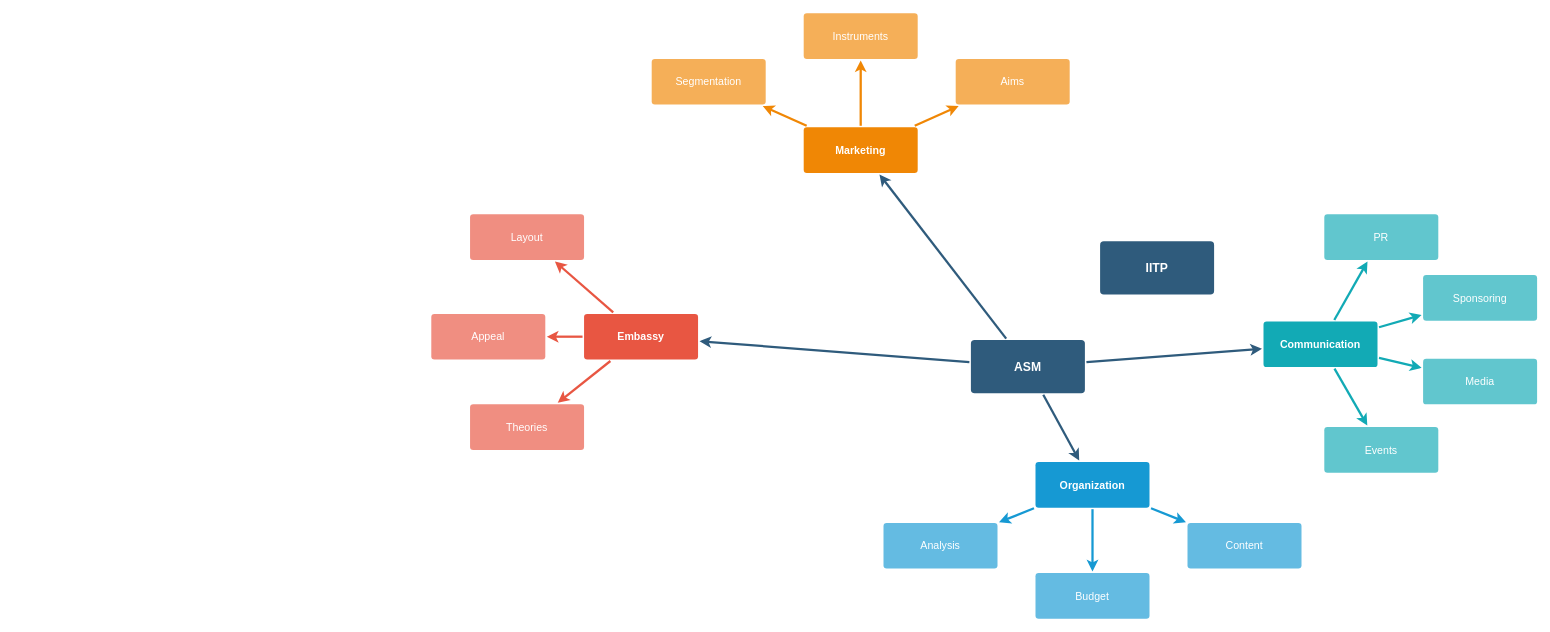
The draw.io diagram mind_map.drawio in jjunbass89/Paper, before the edit. Source tidied: cells renumbered, new cells numbered last; positions are measured from the earlier drawing's top-left corner, leaving out a move shared by most shapes. Both pictures are drawn from the tidied source at 76%, with x=0, y=0 at pixel (431, 13).
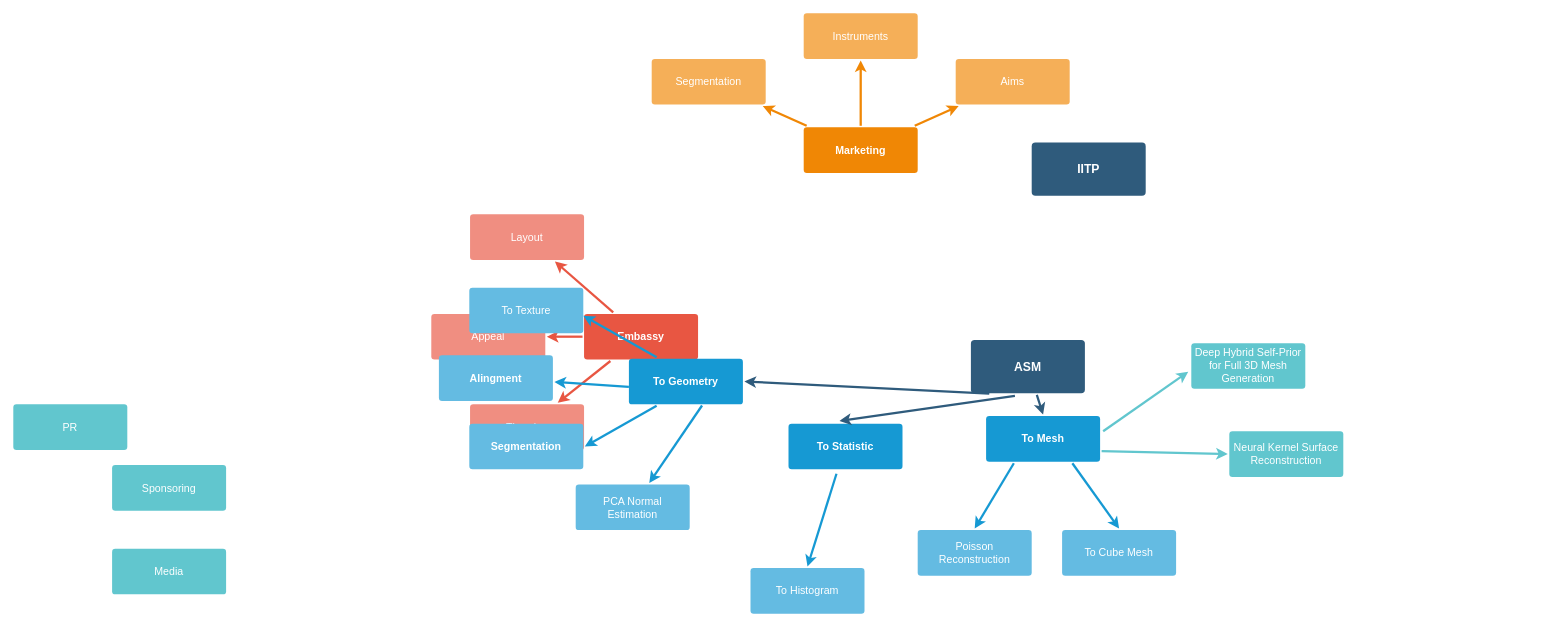
After the change.

The change refers to these unchanged cells:
```xml
<mxCell id="6" value="ASM" style="rounded=1;whiteSpace=wrap;html=1;shadow=0;labelBackgroundColor=none;strokeColor=none;strokeWidth=3;fillColor=#2F5B7C;fontFamily=Helvetica;fontSize=16;fontColor=#FFFFFF;align=center;fontStyle=1;spacing=5;arcSize=7;perimeterSpacing=2;" parent="1" vertex="1">
  <mxGeometry x="710" y="430" width="150" height="70" as="geometry" />
</mxCell>
<mxCell id="10" value="Embassy" style="rounded=1;whiteSpace=wrap;html=1;shadow=0;labelBackgroundColor=none;strokeColor=none;strokeWidth=3;fillColor=#e85642;fontFamily=Helvetica;fontSize=14;fontColor=#FFFFFF;align=center;spacing=5;fontStyle=1;arcSize=7;perimeterSpacing=2;" parent="1" vertex="1">
  <mxGeometry x="201" y="395.5" width="150" height="60" as="geometry" />
</mxCell>
<mxCell id="21" value="Marketing" style="rounded=1;whiteSpace=wrap;html=1;shadow=0;labelBackgroundColor=none;strokeColor=none;strokeWidth=3;fillColor=#F08705;fontFamily=Helvetica;fontSize=14;fontColor=#FFFFFF;align=center;spacing=5;fontStyle=1;arcSize=7;perimeterSpacing=2;" parent="1" vertex="1">
  <mxGeometry x="490" y="150" width="150" height="60" as="geometry" />
</mxCell>
```

The edit, as a diff of the source:
```diff
@@
-    <mxCell id="2" style="edgeStyle=none;rounded=0;jumpStyle=none;html=1;shadow=0;labelBackgroundColor=none;startArrow=none;startFill=0;endArrow=classic;endFill=1;jettySize=auto;strokeColor=#2F5B7C;strokeWidth=3;fontFamily=Helvetica;fontSize=16;fontColor=#23445D;spacing=5;" parent="1" edge="1" source="6" target="21">
-      <mxGeometry relative="1" as="geometry" />
-    </mxCell>
-    <mxCell id="3" style="edgeStyle=none;rounded=0;jumpStyle=none;html=1;shadow=0;labelBackgroundColor=none;startArrow=none;startFill=0;endArrow=classic;endFill=1;jettySize=auto;strokeColor=#2F5B7C;strokeWidth=3;fontFamily=Helvetica;fontSize=16;fontColor=#23445D;spacing=5;" parent="1" edge="1" source="6" target="28">
-      <mxGeometry relative="1" as="geometry" />
-    </mxCell>
-    <mxCell id="4" style="edgeStyle=none;rounded=0;jumpStyle=none;html=1;shadow=0;labelBackgroundColor=none;startArrow=none;startFill=0;endArrow=classic;endFill=1;jettySize=auto;strokeColor=#2F5B7C;strokeWidth=3;fontFamily=Helvetica;fontSize=16;fontColor=#23445D;spacing=5;" parent="1" edge="1" source="6" target="17">
+    <mxCell id="4" style="edgeStyle=none;rounded=0;jumpStyle=none;html=1;shadow=0;labelBackgroundColor=none;startArrow=none;startFill=0;endArrow=classic;endFill=1;jettySize=auto;strokeColor=#2F5B7C;strokeWidth=3;fontFamily=Helvetica;fontSize=16;fontColor=#23445D;spacing=5;entryX=0.5;entryY=0;entryDx=0;entryDy=0;" parent="1" edge="1" source="6" target="17">
       <mxGeometry relative="1" as="geometry" />
     </mxCell>
-    <mxCell id="5" style="edgeStyle=none;rounded=0;jumpStyle=none;html=1;shadow=0;labelBackgroundColor=none;startArrow=none;startFill=0;endArrow=classic;endFill=1;jettySize=auto;strokeColor=#2F5B7C;strokeWidth=3;fontFamily=Helvetica;fontSize=16;fontColor=#23445D;spacing=5;" parent="1" edge="1" source="6" target="10">
-      <mxGeometry relative="1" as="geometry" />
-    </mxCell>
@@
-    <mxCell id="14" style="edgeStyle=none;rounded=0;jumpStyle=none;html=1;shadow=0;labelBackgroundColor=none;startArrow=none;startFill=0;endArrow=classic;endFill=1;jettySize=auto;strokeColor=#1699D3;strokeWidth=3;fontFamily=Helvetica;fontSize=14;fontColor=#FFFFFF;spacing=5;" parent="1" edge="1" source="17" target="20">
-      <mxGeometry relative="1" as="geometry" />
-    </mxCell>
-    <mxCell id="15" style="edgeStyle=none;rounded=0;jumpStyle=none;html=1;shadow=0;labelBackgroundColor=none;startArrow=none;startFill=0;endArrow=classic;endFill=1;jettySize=auto;strokeColor=#1699D3;strokeWidth=3;fontFamily=Helvetica;fontSize=14;fontColor=#FFFFFF;spacing=5;" parent="1" edge="1" source="17" target="19">
+    <mxCell id="15" style="edgeStyle=none;rounded=0;jumpStyle=none;html=1;shadow=0;labelBackgroundColor=none;startArrow=none;startFill=0;endArrow=classic;endFill=1;jettySize=auto;strokeColor=#1699D3;strokeWidth=3;fontFamily=Helvetica;fontSize=14;fontColor=#FFFFFF;spacing=5;entryX=0.5;entryY=0;entryDx=0;entryDy=0;exitX=0.423;exitY=1.06;exitDx=0;exitDy=0;exitPerimeter=0;" parent="1" edge="1" source="46" target="19">
       <mxGeometry relative="1" as="geometry" />
     </mxCell>
-    <mxCell id="16" style="edgeStyle=none;rounded=0;jumpStyle=none;html=1;shadow=0;labelBackgroundColor=none;startArrow=none;startFill=0;endArrow=classic;endFill=1;jettySize=auto;strokeColor=#1699D3;strokeWidth=3;fontFamily=Helvetica;fontSize=14;fontColor=#FFFFFF;spacing=5;" parent="1" edge="1" source="17" target="18">
-      <mxGeometry relative="1" as="geometry" />
-    </mxCell>
-    <mxCell id="17" value="Organization" style="rounded=1;whiteSpace=wrap;html=1;shadow=0;labelBackgroundColor=none;strokeColor=none;strokeWidth=3;fillColor=#1699d3;fontFamily=Helvetica;fontSize=14;fontColor=#FFFFFF;align=center;spacing=5;fontStyle=1;arcSize=7;perimeterSpacing=2;" parent="1" vertex="1">
-      <mxGeometry x="795" y="590.5" width="150" height="60" as="geometry" />
+    <mxCell id="17" value="To Mesh" style="rounded=1;whiteSpace=wrap;html=1;shadow=0;labelBackgroundColor=none;strokeColor=none;strokeWidth=3;fillColor=#1699d3;fontFamily=Helvetica;fontSize=14;fontColor=#FFFFFF;align=center;spacing=5;fontStyle=1;arcSize=7;perimeterSpacing=2;" parent="1" vertex="1">
+      <mxGeometry x="730" y="530" width="150" height="60" as="geometry" />
     </mxCell>
-    <mxCell id="18" value="Content" style="rounded=1;whiteSpace=wrap;html=1;shadow=0;labelBackgroundColor=none;strokeColor=none;strokeWidth=3;fillColor=#64bbe2;fontFamily=Helvetica;fontSize=14;fontColor=#FFFFFF;align=center;spacing=5;arcSize=7;perimeterSpacing=2;" parent="1" vertex="1">
-      <mxGeometry x="995" y="670.5" width="150" height="60" as="geometry" />
-    </mxCell>
-    <mxCell id="19" value="Budget" style="rounded=1;whiteSpace=wrap;html=1;shadow=0;labelBackgroundColor=none;strokeColor=none;strokeWidth=3;fillColor=#64bbe2;fontFamily=Helvetica;fontSize=14;fontColor=#FFFFFF;align=center;spacing=5;arcSize=7;perimeterSpacing=2;" parent="1" vertex="1">
-      <mxGeometry x="795" y="736.5" width="150" height="60" as="geometry" />
+    <mxCell id="19" value="To Histogram" style="rounded=1;whiteSpace=wrap;html=1;shadow=0;labelBackgroundColor=none;strokeColor=none;strokeWidth=3;fillColor=#64bbe2;fontFamily=Helvetica;fontSize=14;fontColor=#FFFFFF;align=center;spacing=5;arcSize=7;perimeterSpacing=2;" parent="1" vertex="1">
+      <mxGeometry x="420" y="730" width="150" height="60" as="geometry" />
     </mxCell>
-    <mxCell id="20" value="Analysis" style="rounded=1;whiteSpace=wrap;html=1;shadow=0;labelBackgroundColor=none;strokeColor=none;strokeWidth=3;fillColor=#64bbe2;fontFamily=Helvetica;fontSize=14;fontColor=#FFFFFF;align=center;spacing=5;arcSize=7;perimeterSpacing=2;" parent="1" vertex="1">
-      <mxGeometry x="595" y="670.5" width="150" height="60" as="geometry" />
-    </mxCell>
@@
-    <mxCell id="28" value="Communication" style="rounded=1;whiteSpace=wrap;html=1;shadow=0;labelBackgroundColor=none;strokeColor=none;strokeWidth=3;fillColor=#12aab5;fontFamily=Helvetica;fontSize=14;fontColor=#FFFFFF;align=center;spacing=5;fontStyle=1;arcSize=7;perimeterSpacing=2;" parent="1" vertex="1">
-      <mxGeometry x="1095" y="405.5" width="150" height="60" as="geometry" />
-    </mxCell>
-    <mxCell id="29" value="Events" style="rounded=1;whiteSpace=wrap;html=1;shadow=0;labelBackgroundColor=none;strokeColor=none;strokeWidth=3;fillColor=#61c6ce;fontFamily=Helvetica;fontSize=14;fontColor=#FFFFFF;align=center;spacing=5;fontStyle=0;arcSize=7;perimeterSpacing=2;" parent="1" vertex="1">
-      <mxGeometry x="1175" y="544.5" width="150" height="60" as="geometry" />
+    <mxCell id="29" value="Deep Hybrid Self-Prior for Full 3D Mesh Generation" style="rounded=1;whiteSpace=wrap;html=1;shadow=0;labelBackgroundColor=none;strokeColor=none;strokeWidth=3;fillColor=#61c6ce;fontFamily=Helvetica;fontSize=14;fontColor=#FFFFFF;align=center;spacing=5;fontStyle=0;arcSize=7;perimeterSpacing=2;" parent="1" vertex="1">
+      <mxGeometry x="1000" y="434" width="150" height="60" as="geometry" />
     </mxCell>
-    <mxCell id="30" style="edgeStyle=none;rounded=1;jumpStyle=none;html=1;shadow=0;labelBackgroundColor=none;startArrow=none;startFill=0;jettySize=auto;strokeColor=#12AAB5;strokeWidth=3;fontFamily=Helvetica;fontSize=14;fontColor=#FFFFFF;spacing=5;fontStyle=1;fillColor=#b0e3e6;" parent="1" edge="1" source="28" target="29">
-      <mxGeometry relative="1" as="geometry" />
-    </mxCell>
     <mxCell id="31" value="Media" style="rounded=1;whiteSpace=wrap;html=1;shadow=0;labelBackgroundColor=none;strokeColor=none;strokeWidth=3;fillColor=#61c6ce;fontFamily=Helvetica;fontSize=14;fontColor=#FFFFFF;align=center;spacing=5;fontStyle=0;arcSize=7;perimeterSpacing=2;" parent="1" vertex="1">
-      <mxGeometry x="1305" y="454.5" width="150" height="60" as="geometry" />
+      <mxGeometry x="-420" y="704.5" width="150" height="60" as="geometry" />
     </mxCell>
-    <mxCell id="32" style="edgeStyle=none;rounded=1;jumpStyle=none;html=1;shadow=0;labelBackgroundColor=none;startArrow=none;startFill=0;jettySize=auto;strokeColor=#12AAB5;strokeWidth=3;fontFamily=Helvetica;fontSize=14;fontColor=#FFFFFF;spacing=5;fontStyle=1;fillColor=#b0e3e6;" parent="1" edge="1" source="28" target="31">
-      <mxGeometry relative="1" as="geometry" />
-    </mxCell>
     <mxCell id="33" value="Sponsoring" style="rounded=1;whiteSpace=wrap;html=1;shadow=0;labelBackgroundColor=none;strokeColor=none;strokeWidth=3;fillColor=#61c6ce;fontFamily=Helvetica;fontSize=14;fontColor=#FFFFFF;align=center;spacing=5;fontStyle=0;arcSize=7;perimeterSpacing=2;" parent="1" vertex="1">
-      <mxGeometry x="1305" y="344.5" width="150" height="60" as="geometry" />
+      <mxGeometry x="-420" y="594.5" width="150" height="60" as="geometry" />
     </mxCell>
-    <mxCell id="34" style="edgeStyle=none;rounded=1;jumpStyle=none;html=1;shadow=0;labelBackgroundColor=none;startArrow=none;startFill=0;jettySize=auto;strokeColor=#12AAB5;strokeWidth=3;fontFamily=Helvetica;fontSize=14;fontColor=#FFFFFF;spacing=5;fontStyle=1;fillColor=#b0e3e6;" parent="1" edge="1" source="28" target="33">
-      <mxGeometry relative="1" as="geometry" />
-    </mxCell>
     <mxCell id="35" value="PR" style="rounded=1;whiteSpace=wrap;html=1;shadow=0;labelBackgroundColor=none;strokeColor=none;strokeWidth=3;fillColor=#61c6ce;fontFamily=Helvetica;fontSize=14;fontColor=#FFFFFF;align=center;spacing=5;fontStyle=0;arcSize=7;perimeterSpacing=2;" parent="1" vertex="1">
-      <mxGeometry x="1175" y="264.5" width="150" height="60" as="geometry" />
+      <mxGeometry x="-550" y="514.5" width="150" height="60" as="geometry" />
     </mxCell>
-    <mxCell id="36" style="edgeStyle=none;rounded=1;jumpStyle=none;html=1;shadow=0;labelBackgroundColor=none;startArrow=none;startFill=0;jettySize=auto;strokeColor=#12AAB5;strokeWidth=3;fontFamily=Helvetica;fontSize=14;fontColor=#FFFFFF;spacing=5;fontStyle=1;fillColor=#b0e3e6;" parent="1" edge="1" source="28" target="35">
-      <mxGeometry relative="1" as="geometry" />
-    </mxCell>
     <mxCell id="37" value="IITP" style="rounded=1;whiteSpace=wrap;html=1;shadow=0;labelBackgroundColor=none;strokeColor=none;strokeWidth=3;fillColor=#2F5B7C;fontFamily=Helvetica;fontSize=16;fontColor=#FFFFFF;align=center;fontStyle=1;spacing=5;arcSize=7;perimeterSpacing=2;" parent="1" vertex="1">
-      <mxGeometry x="880" y="300" width="150" height="70" as="geometry" />
+      <mxGeometry x="790" y="170" width="150" height="70" as="geometry" />
     </mxCell>
+    <mxCell id="38" style="edgeStyle=none;rounded=0;jumpStyle=none;html=1;shadow=0;labelBackgroundColor=none;startArrow=none;startFill=0;endArrow=classic;endFill=1;jettySize=auto;strokeColor=#1699D3;strokeWidth=3;fontFamily=Helvetica;fontSize=14;fontColor=#FFFFFF;spacing=5;exitX=0.638;exitY=0.993;exitDx=0;exitDy=0;exitPerimeter=0;" parent="1" edge="1" source="42" target="39">
+      <mxGeometry relative="1" as="geometry" />
+    </mxCell>
+    <mxCell id="39" value="PCA Normal Estimation" style="rounded=1;whiteSpace=wrap;html=1;shadow=0;labelBackgroundColor=none;strokeColor=none;strokeWidth=3;fillColor=#64bbe2;fontFamily=Helvetica;fontSize=14;fontColor=#FFFFFF;align=center;spacing=5;arcSize=7;perimeterSpacing=2;" parent="1" vertex="1">
+      <mxGeometry x="190" y="620" width="150" height="60" as="geometry" />
+    </mxCell>
+    <mxCell id="40" value="To Cube Mesh" style="rounded=1;whiteSpace=wrap;html=1;shadow=0;labelBackgroundColor=none;strokeColor=none;strokeWidth=3;fillColor=#64bbe2;fontFamily=Helvetica;fontSize=14;fontColor=#FFFFFF;align=center;spacing=5;arcSize=7;perimeterSpacing=2;" parent="1" vertex="1">
+      <mxGeometry x="830" y="680" width="150" height="60" as="geometry" />
+    </mxCell>
+    <mxCell id="41" style="edgeStyle=none;rounded=0;jumpStyle=none;html=1;shadow=0;labelBackgroundColor=none;startArrow=none;startFill=0;endArrow=classic;endFill=1;jettySize=auto;strokeColor=#1699D3;strokeWidth=3;fontFamily=Helvetica;fontSize=14;fontColor=#FFFFFF;spacing=5;exitX=0.75;exitY=1;exitDx=0;exitDy=0;entryX=0.5;entryY=0;entryDx=0;entryDy=0;" parent="1" edge="1" source="17" target="40">
+      <mxGeometry relative="1" as="geometry" />
+    </mxCell>
+    <mxCell id="42" value="To Geometry" style="rounded=1;whiteSpace=wrap;html=1;shadow=0;labelBackgroundColor=none;strokeColor=none;strokeWidth=3;fillColor=#1699d3;fontFamily=Helvetica;fontSize=14;fontColor=#FFFFFF;align=center;spacing=5;fontStyle=1;arcSize=7;perimeterSpacing=2;" parent="1" vertex="1">
+      <mxGeometry x="260" y="454.5" width="150" height="60" as="geometry" />
+    </mxCell>
+    <mxCell id="43" style="edgeStyle=none;rounded=0;jumpStyle=none;html=1;shadow=0;labelBackgroundColor=none;startArrow=none;startFill=0;endArrow=classic;endFill=1;jettySize=auto;strokeColor=#2F5B7C;strokeWidth=3;fontFamily=Helvetica;fontSize=16;fontColor=#23445D;spacing=5;entryX=1;entryY=0.5;entryDx=0;entryDy=0;exitX=0.17;exitY=0.977;exitDx=0;exitDy=0;exitPerimeter=0;" parent="1" edge="1" source="6" target="42">
+      <mxGeometry relative="1" as="geometry" />
+    </mxCell>
+    <mxCell id="44" value="Poisson Reconstruction" style="rounded=1;whiteSpace=wrap;html=1;shadow=0;labelBackgroundColor=none;strokeColor=none;strokeWidth=3;fillColor=#64bbe2;fontFamily=Helvetica;fontSize=14;fontColor=#FFFFFF;align=center;spacing=5;arcSize=7;perimeterSpacing=2;" parent="1" vertex="1">
+      <mxGeometry x="640" y="680" width="150" height="60" as="geometry" />
+    </mxCell>
+    <mxCell id="45" style="edgeStyle=none;rounded=0;jumpStyle=none;html=1;shadow=0;labelBackgroundColor=none;startArrow=none;startFill=0;endArrow=classic;endFill=1;jettySize=auto;strokeColor=#1699D3;strokeWidth=3;fontFamily=Helvetica;fontSize=14;fontColor=#FFFFFF;spacing=5;exitX=0.25;exitY=1;exitDx=0;exitDy=0;entryX=0.5;entryY=0;entryDx=0;entryDy=0;" parent="1" edge="1" source="17" target="44">
+      <mxGeometry relative="1" as="geometry" />
+    </mxCell>
+    <mxCell id="46" value="To Statistic" style="rounded=1;whiteSpace=wrap;html=1;shadow=0;labelBackgroundColor=none;strokeColor=none;strokeWidth=3;fillColor=#1699d3;fontFamily=Helvetica;fontSize=14;fontColor=#FFFFFF;align=center;spacing=5;fontStyle=1;arcSize=7;perimeterSpacing=2;" parent="1" vertex="1">
+      <mxGeometry x="470" y="540" width="150" height="60" as="geometry" />
+    </mxCell>
+    <mxCell id="47" style="edgeStyle=none;rounded=0;jumpStyle=none;html=1;shadow=0;labelBackgroundColor=none;startArrow=none;startFill=0;endArrow=classic;endFill=1;jettySize=auto;strokeColor=#2F5B7C;strokeWidth=3;fontFamily=Helvetica;fontSize=16;fontColor=#23445D;spacing=5;entryX=0.449;entryY=-0.026;entryDx=0;entryDy=0;exitX=0.389;exitY=1.02;exitDx=0;exitDy=0;exitPerimeter=0;entryPerimeter=0;" parent="1" edge="1" source="6" target="46">
+      <mxGeometry relative="1" as="geometry" />
+    </mxCell>
+    <mxCell id="48" value="&lt;b&gt;Segmentation&lt;/b&gt;" style="rounded=1;whiteSpace=wrap;html=1;shadow=0;labelBackgroundColor=none;strokeColor=none;strokeWidth=3;fillColor=#64bbe2;fontFamily=Helvetica;fontSize=14;fontColor=#FFFFFF;align=center;spacing=5;arcSize=7;perimeterSpacing=2;" parent="1" vertex="1">
+      <mxGeometry x="50" y="540" width="150" height="60" as="geometry" />
+    </mxCell>
+    <mxCell id="49" value="&lt;b&gt;Alingment&lt;/b&gt;" style="rounded=1;whiteSpace=wrap;html=1;shadow=0;labelBackgroundColor=none;strokeColor=none;strokeWidth=3;fillColor=#64bbe2;fontFamily=Helvetica;fontSize=14;fontColor=#FFFFFF;align=center;spacing=5;arcSize=7;perimeterSpacing=2;" parent="1" vertex="1">
+      <mxGeometry x="10" y="450" width="150" height="60" as="geometry" />
+    </mxCell>
+    <mxCell id="50" value="To Texture" style="rounded=1;whiteSpace=wrap;html=1;shadow=0;labelBackgroundColor=none;strokeColor=none;strokeWidth=3;fillColor=#64bbe2;fontFamily=Helvetica;fontSize=14;fontColor=#FFFFFF;align=center;spacing=5;arcSize=7;perimeterSpacing=2;" parent="1" vertex="1">
+      <mxGeometry x="50" y="361" width="150" height="60" as="geometry" />
+    </mxCell>
+    <mxCell id="51" style="edgeStyle=none;rounded=0;jumpStyle=none;html=1;shadow=0;labelBackgroundColor=none;startArrow=none;startFill=0;endArrow=classic;endFill=1;jettySize=auto;strokeColor=#1699D3;strokeWidth=3;fontFamily=Helvetica;fontSize=14;fontColor=#FFFFFF;spacing=5;exitX=0.25;exitY=1;exitDx=0;exitDy=0;entryX=1;entryY=0.5;entryDx=0;entryDy=0;" parent="1" edge="1" source="42" target="48">
+      <mxGeometry relative="1" as="geometry" />
+    </mxCell>
+    <mxCell id="52" style="edgeStyle=none;rounded=0;jumpStyle=none;html=1;shadow=0;labelBackgroundColor=none;startArrow=none;startFill=0;endArrow=classic;endFill=1;jettySize=auto;strokeColor=#1699D3;strokeWidth=3;fontFamily=Helvetica;fontSize=14;fontColor=#FFFFFF;spacing=5;exitX=0.25;exitY=1;exitDx=0;exitDy=0;" parent="1" edge="1" target="49">
+      <mxGeometry relative="1" as="geometry">
+        <mxPoint x="260" y="491.5" as="sourcePoint" />
+      </mxGeometry>
+    </mxCell>
+    <mxCell id="53" style="edgeStyle=none;rounded=0;jumpStyle=none;html=1;shadow=0;labelBackgroundColor=none;startArrow=none;startFill=0;endArrow=classic;endFill=1;jettySize=auto;strokeColor=#1699D3;strokeWidth=3;fontFamily=Helvetica;fontSize=14;fontColor=#FFFFFF;spacing=5;exitX=0.25;exitY=0;exitDx=0;exitDy=0;" parent="1" edge="1" source="42">
+      <mxGeometry relative="1" as="geometry">
+        <mxPoint x="200" y="398" as="targetPoint" />
+      </mxGeometry>
+    </mxCell>
+    <mxCell id="54" value="Neural Kernel Surface Reconstruction" style="rounded=1;whiteSpace=wrap;html=1;shadow=0;labelBackgroundColor=none;strokeColor=none;strokeWidth=3;fillColor=#61c6ce;fontFamily=Helvetica;fontSize=14;fontColor=#FFFFFF;align=center;spacing=5;fontStyle=0;arcSize=7;perimeterSpacing=2;" parent="1" vertex="1">
+      <mxGeometry x="1050" y="550" width="150" height="60" as="geometry" />
+    </mxCell>
+    <mxCell id="55" style="edgeStyle=none;rounded=0;jumpStyle=none;html=1;shadow=0;labelBackgroundColor=none;startArrow=none;startFill=0;endArrow=classic;endFill=1;jettySize=auto;strokeColor=#61C6CE;strokeWidth=3;fontFamily=Helvetica;fontSize=14;fontColor=#FFFFFF;spacing=5;exitX=1;exitY=0.75;exitDx=0;exitDy=0;entryX=0;entryY=0.5;entryDx=0;entryDy=0;" parent="1" edge="1" source="17" target="54">
+      <mxGeometry relative="1" as="geometry" />
+    </mxCell>
+    <mxCell id="56" style="edgeStyle=none;rounded=0;jumpStyle=none;html=1;shadow=0;labelBackgroundColor=none;startArrow=none;startFill=0;endArrow=classic;endFill=1;jettySize=auto;strokeColor=#61C6CE;strokeWidth=3;fontFamily=Helvetica;fontSize=14;fontColor=#FFFFFF;spacing=5;exitX=1;exitY=0.75;exitDx=0;exitDy=0;entryX=-0.013;entryY=0.618;entryDx=0;entryDy=0;entryPerimeter=0;" parent="1" edge="1" target="29">
+      <mxGeometry relative="1" as="geometry">
+        <mxPoint x="884" y="550" as="sourcePoint" />
+      </mxGeometry>
+    </mxCell>
```
